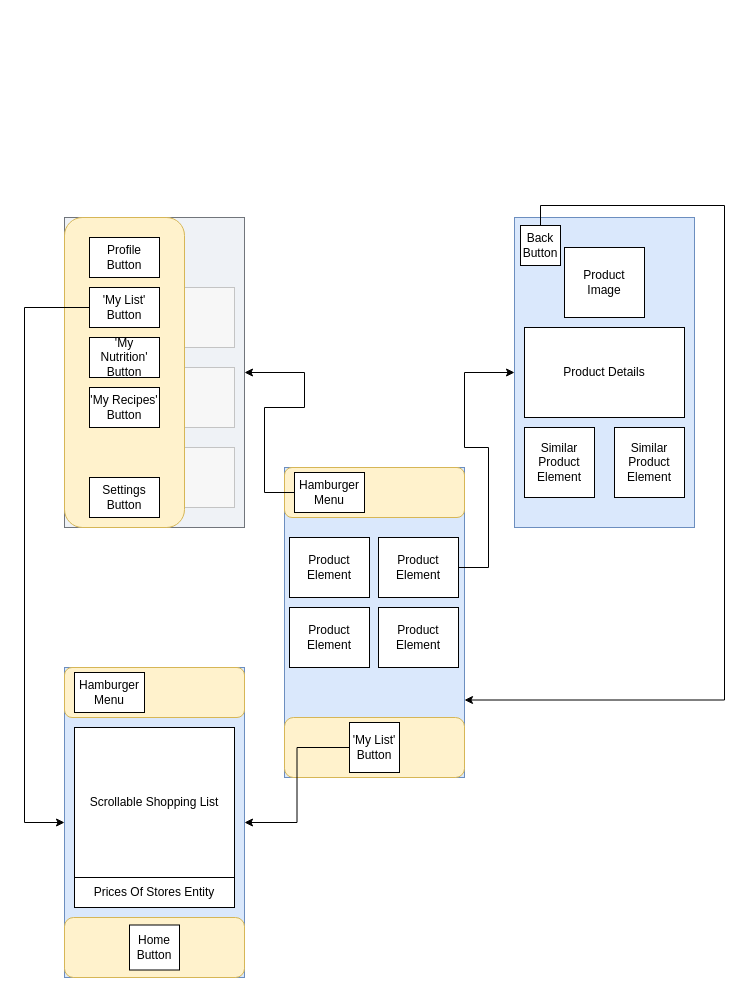
Earlier version of the draw.io diagram Untitled Diagram.drawio (KyeBarker02/Eat_With_Ease). Source tidied: cells renumbered, new cells numbered last; positions are measured from the earlier drawing's top-left corner, leaving out a move shared by most shapes. Both pictures are drawn from the tidied source at 100%, with x=0, y=0 at pixel (24, 205).
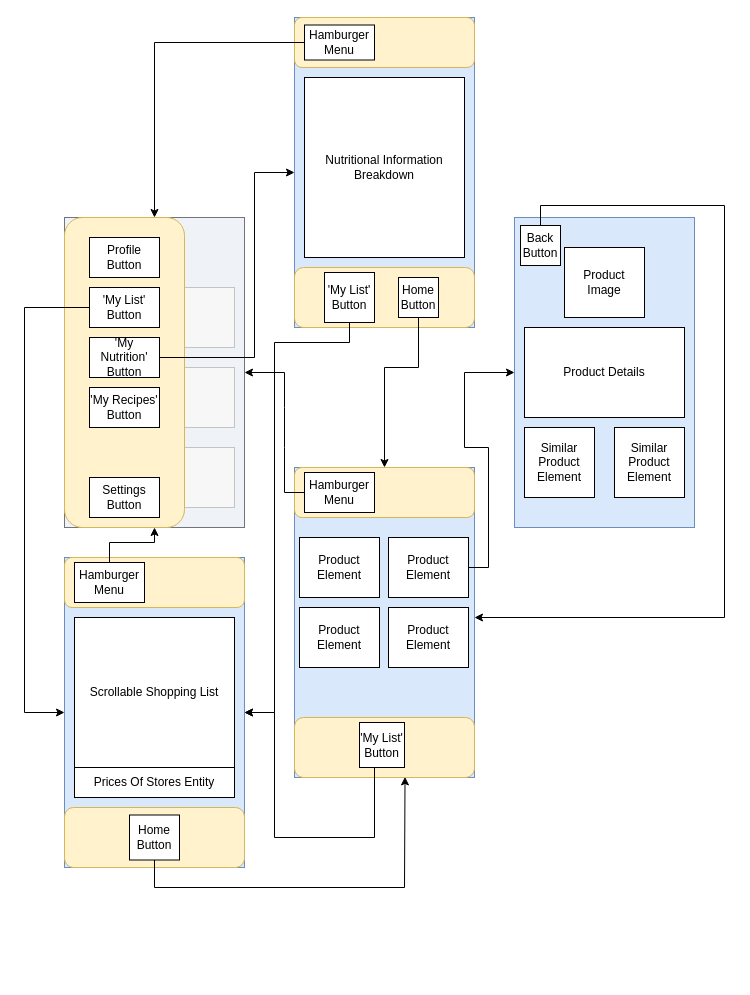
After the change.

Unchanged cells that the change refers to:
```xml
<mxCell id="3" style="rounded=0;whiteSpace=wrap;html=1;fillColor=#dae8fc;strokeColor=#6c8ebf;" parent="2" vertex="1">
  <mxGeometry width="180" height="310" as="geometry" />
</mxCell>
<mxCell id="4" style="rounded=1;whiteSpace=wrap;html=1;fillColor=#fff2cc;strokeColor=#d6b656;" parent="2" vertex="1">
  <mxGeometry y="250" width="180" height="60" as="geometry" />
</mxCell>
<mxCell id="5" style="rounded=1;whiteSpace=wrap;html=1;fillColor=#fff2cc;strokeColor=#d6b656;" parent="2" vertex="1">
  <mxGeometry width="180" height="50" as="geometry" />
</mxCell>
<mxCell id="6" value="Hamburger Menu" style="rounded=0;whiteSpace=wrap;html=1;" parent="2" vertex="1">
  <mxGeometry x="10" y="5" width="70" height="40" as="geometry" />
</mxCell>
<mxCell id="18" value="Back Button" style="rounded=0;whiteSpace=wrap;html=1;" parent="14" vertex="1">
  <mxGeometry x="6" y="8" width="40" height="40" as="geometry" />
</mxCell>
<mxCell id="26" style="rounded=0;whiteSpace=wrap;html=1;fillStyle=auto;glass=0;shadow=0;opacity=80;fillColor=#f5f5f5;fontColor=#333333;strokeColor=#666666;" parent="21" vertex="1">
  <mxGeometry width="180" height="310" as="geometry" />
</mxCell>
<mxCell id="27" style="rounded=1;whiteSpace=wrap;html=1;fillColor=#fff2cc;strokeColor=#d6b656;" parent="21" vertex="1">
  <mxGeometry width="120" height="310" as="geometry" />
</mxCell>
<mxCell id="29" value="'My List' Button" style="rounded=0;whiteSpace=wrap;html=1;" parent="21" vertex="1">
  <mxGeometry x="25" y="70" width="70" height="40" as="geometry" />
</mxCell>
<mxCell id="30" value="'My Nutrition' Button" style="rounded=0;whiteSpace=wrap;html=1;" parent="21" vertex="1">
  <mxGeometry x="25" y="120" width="70" height="40" as="geometry" />
</mxCell>
```

Diff of the diagram source:
```diff
@@
     <mxCell id="2" style="group;" parent="1" vertex="1">
-      <mxGeometry x="260" y="262" width="180" height="310" as="geometry" />
+      <mxGeometry x="270" y="262" width="185" height="310" as="geometry" />
     </mxCell>
@@
     <mxCell id="11" value="'My List' Button" style="rounded=0;whiteSpace=wrap;html=1;" parent="2" vertex="1">
-      <mxGeometry x="65" y="255" width="50" height="50" as="geometry" />
+      <mxGeometry x="65" y="255" width="45" height="45" as="geometry" />
     </mxCell>
     <mxCell id="12" style="endArrow=classic;html=1;rounded=0;exitX=0;exitY=0.5;exitDx=0;exitDy=0;entryX=1;entryY=0.5;entryDx=0;entryDy=0;" parent="1" edge="1" source="6" target="26">
       <mxGeometry relative="1" as="geometry">
         <Array as="points">
-          <mxPoint x="240" y="287" />
-          <mxPoint x="240" y="202" />
-          <mxPoint x="280" y="202" />
-          <mxPoint x="280" y="167" />
+          <mxPoint x="260" y="287" />
+          <mxPoint x="260" y="242" />
+          <mxPoint x="260" y="202" />
+          <mxPoint x="260" y="167" />
         </Array>
       </mxGeometry>
     </mxCell>
@@
-    <mxCell id="33" style="edgeStyle=orthogonalEdgeStyle;rounded=0;jettySize=auto;html=1;exitX=0.5;exitY=0;exitDx=0;exitDy=0;entryX=1;entryY=0.75;entryDx=0;entryDy=0;" parent="1" edge="1" source="18" target="3">
+    <mxCell id="33" style="edgeStyle=orthogonalEdgeStyle;rounded=0;jettySize=auto;html=1;exitX=0.5;exitY=0;exitDx=0;exitDy=0;" parent="1" edge="1" source="18">
       <mxGeometry relative="1" as="geometry">
+        <mxPoint x="450" y="412" as="targetPoint" />
         <Array as="points">
           <mxPoint x="516" />
           <mxPoint x="700" />
-          <mxPoint x="700" y="495" />
+          <mxPoint x="700" y="412" />
+          <mxPoint x="450" y="412" />
         </Array>
       </mxGeometry>
     </mxCell>
+    <mxCell id="41" style="edgeStyle=orthogonalEdgeStyle;rounded=0;jettySize=auto;html=1;exitX=0.5;exitY=1;exitDx=0;exitDy=0;entryX=1;entryY=0.5;entryDx=0;entryDy=0;" parent="1" edge="1" source="11" target="34">
+      <mxGeometry relative="1" as="geometry">
+        <Array as="points">
+          <mxPoint x="350" y="632" />
+          <mxPoint x="250" y="632" />
+          <mxPoint x="250" y="507" />
+        </Array>
+      </mxGeometry>
+    </mxCell>
+    <mxCell id="42" style="edgeStyle=orthogonalEdgeStyle;rounded=0;jettySize=auto;html=1;exitX=0;exitY=0.5;exitDx=0;exitDy=0;entryX=0;entryY=0.5;entryDx=0;entryDy=0;" parent="1" edge="1" source="29" target="34">
+      <mxGeometry relative="1" as="geometry">
+        <Array as="points">
+          <mxPoint y="102" />
+          <mxPoint y="507" />
+        </Array>
+      </mxGeometry>
+    </mxCell>
+    <mxCell id="43" style="group;" parent="1" vertex="1">
+      <mxGeometry x="40" y="352" width="180" height="310" as="geometry" />
+    </mxCell>
-    <mxCell id="34" style="rounded=0;whiteSpace=wrap;html=1;fillColor=#dae8fc;strokeColor=#6c8ebf;" parent="1" vertex="1">
-      <mxGeometry x="40" y="462" width="180" height="310" as="geometry" />
+    <mxCell id="34" style="rounded=0;whiteSpace=wrap;html=1;fillColor=#dae8fc;strokeColor=#6c8ebf;" parent="43" vertex="1">
+      <mxGeometry width="180" height="310" as="geometry" />
     </mxCell>
-    <mxCell id="35" style="rounded=1;whiteSpace=wrap;html=1;fillColor=#fff2cc;strokeColor=#d6b656;" parent="1" vertex="1">
-      <mxGeometry x="40" y="462" width="180" height="50" as="geometry" />
+    <mxCell id="35" style="rounded=1;whiteSpace=wrap;html=1;fillColor=#fff2cc;strokeColor=#d6b656;" parent="43" vertex="1">
+      <mxGeometry width="180" height="50" as="geometry" />
     </mxCell>
-    <mxCell id="36" style="rounded=1;whiteSpace=wrap;html=1;fillColor=#fff2cc;strokeColor=#d6b656;" parent="1" vertex="1">
-      <mxGeometry x="40" y="712" width="180" height="60" as="geometry" />
+    <mxCell id="36" style="rounded=1;whiteSpace=wrap;html=1;fillColor=#fff2cc;strokeColor=#d6b656;" parent="43" vertex="1">
+      <mxGeometry y="250" width="180" height="60" as="geometry" />
     </mxCell>
-    <mxCell id="37" value="Hamburger Menu" style="rounded=0;whiteSpace=wrap;html=1;" parent="1" vertex="1">
-      <mxGeometry x="50" y="467" width="70" height="40" as="geometry" />
+    <mxCell id="37" value="Hamburger Menu" style="rounded=0;whiteSpace=wrap;html=1;" parent="43" vertex="1">
+      <mxGeometry x="10" y="5" width="70" height="40" as="geometry" />
     </mxCell>
-    <mxCell id="38" value="Home Button" style="rounded=0;whiteSpace=wrap;html=1;" parent="1" vertex="1">
-      <mxGeometry x="105" y="719.5" width="50" height="45" as="geometry" />
+    <mxCell id="38" value="Home Button" style="rounded=0;whiteSpace=wrap;html=1;" parent="43" vertex="1">
+      <mxGeometry x="65" y="257.5" width="50" height="45" as="geometry" />
     </mxCell>
-    <mxCell id="39" value="Scrollable Shopping List" style="rounded=0;whiteSpace=wrap;html=1;" parent="1" vertex="1">
-      <mxGeometry x="50" y="522" width="160" height="150" as="geometry" />
+    <mxCell id="39" value="Scrollable Shopping List" style="rounded=0;whiteSpace=wrap;html=1;" parent="43" vertex="1">
+      <mxGeometry x="10" y="60" width="160" height="150" as="geometry" />
     </mxCell>
-    <mxCell id="40" value="Prices Of Stores Entity" style="rounded=0;whiteSpace=wrap;html=1;" parent="1" vertex="1">
-      <mxGeometry x="50" y="672" width="160" height="30" as="geometry" />
+    <mxCell id="40" value="Prices Of Stores Entity" style="rounded=0;whiteSpace=wrap;html=1;" parent="43" vertex="1">
+      <mxGeometry x="10" y="210" width="160" height="30" as="geometry" />
     </mxCell>
-    <mxCell id="41" style="edgeStyle=orthogonalEdgeStyle;rounded=0;jettySize=auto;html=1;exitX=0;exitY=0.5;exitDx=0;exitDy=0;entryX=1;entryY=0.5;entryDx=0;entryDy=0;" parent="1" edge="1" source="11" target="34">
-      <mxGeometry relative="1" as="geometry" />
-    </mxCell>
-    <mxCell id="42" style="edgeStyle=orthogonalEdgeStyle;rounded=0;jettySize=auto;html=1;exitX=0;exitY=0.5;exitDx=0;exitDy=0;entryX=0;entryY=0.5;entryDx=0;entryDy=0;" parent="1" edge="1" source="29" target="34">
-      <mxGeometry relative="1" as="geometry">
-        <Array as="points">
-          <mxPoint y="102" />
-          <mxPoint y="617" />
-        </Array>
-      </mxGeometry>
-    </mxCell>
+    <mxCell id="44" style="rounded=0;whiteSpace=wrap;html=1;fillColor=#dae8fc;strokeColor=#6c8ebf;" parent="1" vertex="1">
+      <mxGeometry x="270" y="-188" width="180" height="310" as="geometry" />
+    </mxCell>
+    <mxCell id="45" style="rounded=1;whiteSpace=wrap;html=1;fillColor=#fff2cc;strokeColor=#d6b656;" parent="1" vertex="1">
+      <mxGeometry x="270" y="-188" width="180" height="50" as="geometry" />
+    </mxCell>
+    <mxCell id="46" style="rounded=1;whiteSpace=wrap;html=1;fillColor=#fff2cc;strokeColor=#d6b656;" parent="1" vertex="1">
+      <mxGeometry x="270" y="62" width="180" height="60" as="geometry" />
+    </mxCell>
+    <mxCell id="47" value="Home Button" style="rounded=0;whiteSpace=wrap;html=1;" parent="1" vertex="1">
+      <mxGeometry x="374" y="72" width="40" height="40" as="geometry" />
+    </mxCell>
+    <mxCell id="48" value="'My List' Button" style="rounded=0;whiteSpace=wrap;html=1;" parent="1" vertex="1">
+      <mxGeometry x="300" y="67" width="50" height="50" as="geometry" />
+    </mxCell>
+    <mxCell id="49" value="Nutritional Information Breakdown" style="rounded=0;whiteSpace=wrap;html=1;" parent="1" vertex="1">
+      <mxGeometry x="280" y="-128" width="160" height="180" as="geometry" />
+    </mxCell>
+    <mxCell id="50" value="Hamburger Menu" style="rounded=0;whiteSpace=wrap;html=1;" parent="1" vertex="1">
+      <mxGeometry x="280" y="-180.5" width="70" height="35" as="geometry" />
+    </mxCell>
+    <mxCell id="51" style="endArrow=classic;html=1;rounded=0;exitX=1;exitY=0.5;exitDx=0;exitDy=0;entryX=0;entryY=0.5;entryDx=0;entryDy=0;" parent="1" edge="1" source="30" target="44">
+      <mxGeometry relative="1" as="geometry">
+        <Array as="points">
+          <mxPoint x="230" y="152" />
+          <mxPoint x="230" y="-33" />
+        </Array>
+      </mxGeometry>
+    </mxCell>
+    <mxCell id="52" style="endArrow=classic;html=1;rounded=0;exitX=0;exitY=0.5;exitDx=0;exitDy=0;entryX=0.75;entryY=0;entryDx=0;entryDy=0;" parent="1" edge="1" source="50" target="27">
+      <mxGeometry relative="1" as="geometry">
+        <Array as="points">
+          <mxPoint x="130" y="-163" />
+        </Array>
+      </mxGeometry>
+    </mxCell>
+    <mxCell id="53" style="endArrow=classic;html=1;rounded=0;exitX=0.5;exitY=1;exitDx=0;exitDy=0;entryX=0.5;entryY=0;entryDx=0;entryDy=0;" parent="1" edge="1" source="47" target="5">
+      <mxGeometry relative="1" as="geometry">
+        <Array as="points">
+          <mxPoint x="394" y="162" />
+          <mxPoint x="360" y="162" />
+        </Array>
+      </mxGeometry>
+    </mxCell>
+    <mxCell id="54" style="endArrow=classic;html=1;rounded=0;exitX=0.5;exitY=1;exitDx=0;exitDy=0;" parent="1" edge="1" source="48">
+      <mxGeometry relative="1" as="geometry">
+        <mxPoint x="220" y="507" as="targetPoint" />
+        <Array as="points">
+          <mxPoint x="325" y="137" />
+          <mxPoint x="250" y="137" />
+          <mxPoint x="250" y="507" />
+        </Array>
+      </mxGeometry>
+    </mxCell>
+    <mxCell id="55" style="edgeStyle=orthogonalEdgeStyle;rounded=0;jettySize=auto;html=1;exitX=0.5;exitY=0;exitDx=0;exitDy=0;entryX=0.75;entryY=1;entryDx=0;entryDy=0;" parent="1" edge="1" source="37" target="27">
+      <mxGeometry relative="1" as="geometry" />
+    </mxCell>
+    <mxCell id="56" style="endArrow=classic;html=1;rounded=0;exitX=0.5;exitY=1;exitDx=0;exitDy=0;entryX=0.614;entryY=0.99;entryDx=0;entryDy=0;entryPerimeter=0;" parent="1" edge="1" source="38" target="4">
+      <mxGeometry relative="1" as="geometry">
+        <Array as="points">
+          <mxPoint x="130" y="682" />
+          <mxPoint x="380" y="682" />
+        </Array>
+      </mxGeometry>
+    </mxCell>
```
